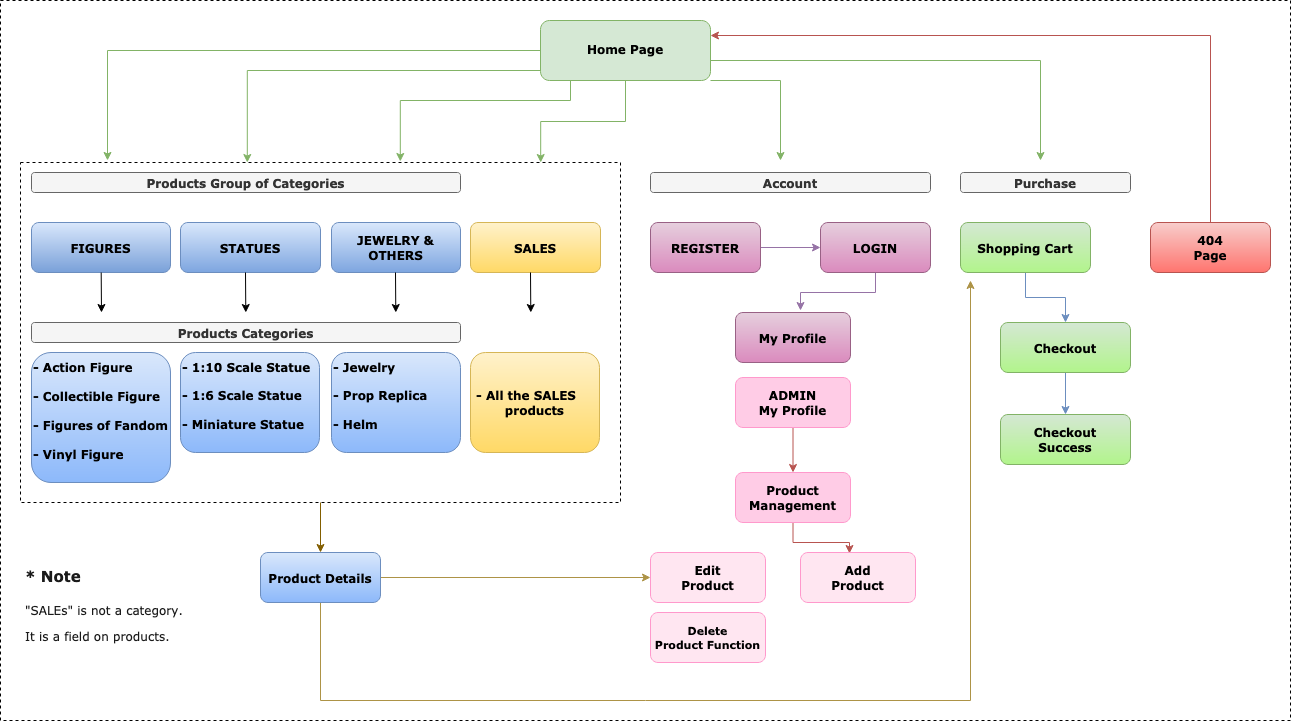
Before: readme/ux/front-end-chart.png, a diagram exported from draw.io (Mathias-SantAnna/lotr-collectibles). Source tidied: cells renumbered, new cells last; positions are measured from the earlier drawing's top-left corner, leaving out a move shared by most shapes.
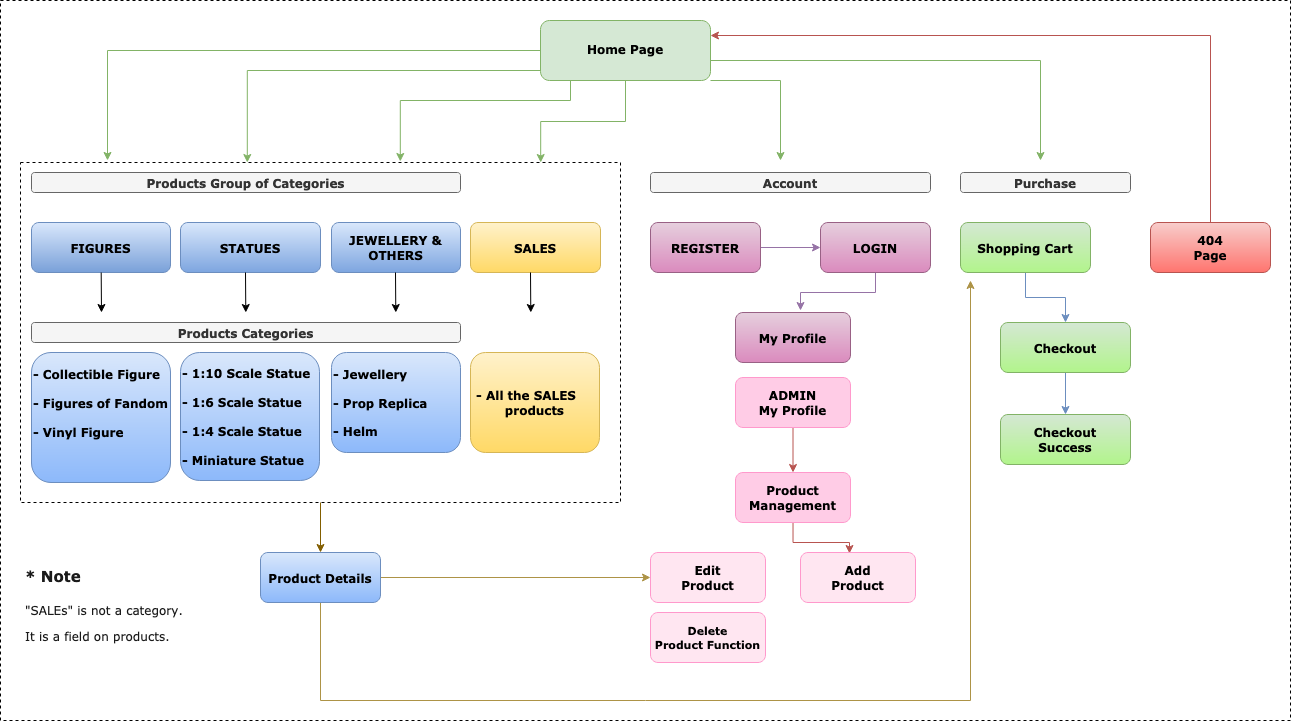
The same diagram one commit later.

The edit, as a diff of the source:
```diff
@@ -67,19 +67,19 @@
     <mxCell id="15" value="STATUES" style="rounded=1;whiteSpace=wrap;html=1;glass=0;fontFamily=Verdana;fontSize=12;fillColor=#dae8fc;align=center;verticalAlign=middle;strokeColor=#6c8ebf;fontStyle=1;gradientColor=#7ea6e0;" parent="1" vertex="1">
       <mxGeometry x="180" y="222" width="140" height="50" as="geometry" />
     </mxCell>
-    <mxCell id="16" value="JEWELRY &amp;amp; OTHERS" style="rounded=1;whiteSpace=wrap;html=1;glass=0;fontFamily=Verdana;fontSize=12;fillColor=#dae8fc;align=center;verticalAlign=middle;strokeColor=#6c8ebf;fontStyle=1;gradientColor=#7ea6e0;" parent="1" vertex="1">
+    <mxCell id="16" value="&lt;span class=&quot;module__title__link&quot;&gt;JEWELLERY&lt;/span&gt; &amp;amp; OTHERS" style="rounded=1;whiteSpace=wrap;html=1;glass=0;fontFamily=Verdana;fontSize=12;fillColor=#dae8fc;align=center;verticalAlign=middle;strokeColor=#6c8ebf;fontStyle=1;gradientColor=#7ea6e0;" parent="1" vertex="1">
       <mxGeometry x="331" y="222" width="129" height="50" as="geometry" />
     </mxCell>
     <mxCell id="17" value="SALES" style="rounded=1;whiteSpace=wrap;html=1;glass=0;fontFamily=Verdana;fontSize=12;fillColor=#fff2cc;align=center;verticalAlign=middle;strokeColor=#d6b656;fontStyle=1;gradientColor=#ffd966;" parent="1" vertex="1">
       <mxGeometry x="470" y="222" width="130" height="50" as="geometry" />
     </mxCell>
-    <mxCell id="18" value="&lt;div&gt;&lt;br&gt;&lt;/div&gt;&lt;div&gt;- Action Figure&lt;/div&gt;&lt;div&gt;&lt;br&gt;&lt;/div&gt;&lt;div&gt;- Collectible Figure&lt;/div&gt;&lt;div&gt;&lt;br&gt;&lt;/div&gt;&lt;div&gt;- Figures of Fandom&lt;br&gt;&lt;/div&gt;&lt;div&gt;&lt;br&gt;&lt;/div&gt;&lt;div&gt;- Vinyl Figure&lt;/div&gt;&lt;br&gt;&lt;div&gt;&lt;br&gt;&lt;/div&gt;" style="rounded=1;whiteSpace=wrap;html=1;glass=0;fontFamily=Verdana;fontSize=12;fillColor=#dae8fc;align=left;verticalAlign=middle;strokeColor=#6c8ebf;fontStyle=1;gradientColor=#8DB9FA;" parent="1" vertex="1">
+    <mxCell id="18" value="&lt;div&gt;- Collectible Figure&lt;/div&gt;&lt;div&gt;&lt;br&gt;&lt;/div&gt;&lt;div&gt;- Figures of Fandom&lt;br&gt;&lt;/div&gt;&lt;div&gt;&lt;br&gt;&lt;/div&gt;&lt;div&gt;- Vinyl Figure&lt;/div&gt;&lt;br&gt;&lt;div&gt;&lt;br&gt;&lt;/div&gt;" style="rounded=1;whiteSpace=wrap;html=1;glass=0;fontFamily=Verdana;fontSize=12;fillColor=#dae8fc;align=left;verticalAlign=middle;strokeColor=#6c8ebf;fontStyle=1;gradientColor=#8DB9FA;" parent="1" vertex="1">
       <mxGeometry x="31" y="352" width="139" height="130" as="geometry" />
     </mxCell>
-    <mxCell id="19" value="&lt;div&gt;- 1:10 Scale Statue&lt;br&gt;&lt;/div&gt;&lt;div&gt;&lt;br&gt;&lt;/div&gt;&lt;div&gt;- 1:6 Scale Statue&lt;/div&gt;&lt;div&gt;&lt;br&gt;&lt;/div&gt;&lt;div&gt;- Miniature Statue&lt;br&gt;&lt;/div&gt;&lt;div&gt;&lt;br&gt;&lt;/div&gt;" style="rounded=1;whiteSpace=wrap;html=1;glass=0;fontFamily=Verdana;fontSize=12;fillColor=#dae8fc;align=left;verticalAlign=middle;strokeColor=#6c8ebf;fontStyle=1;gradientColor=#8DB9FA;" parent="1" vertex="1">
-      <mxGeometry x="180" y="352" width="139" height="100" as="geometry" />
+    <mxCell id="19" value="&lt;div&gt;- 1:10 Scale Statue&lt;br&gt;&lt;/div&gt;&lt;div&gt;&lt;br&gt;&lt;/div&gt;&lt;div&gt;- 1:6 Scale Statue&lt;/div&gt;&lt;div&gt;&lt;br&gt;&lt;/div&gt;&lt;div&gt;- 1:4 Scale Statue&lt;br&gt;&lt;/div&gt;&lt;div&gt;&lt;br&gt;&lt;/div&gt;&lt;div&gt;- Miniature Statue&lt;br&gt;&lt;/div&gt;" style="rounded=1;whiteSpace=wrap;html=1;glass=0;fontFamily=Verdana;fontSize=12;fillColor=#dae8fc;align=left;verticalAlign=middle;strokeColor=#6c8ebf;fontStyle=1;gradientColor=#8DB9FA;" parent="1" vertex="1">
+      <mxGeometry x="180" y="352" width="139" height="128" as="geometry" />
     </mxCell>
-    <mxCell id="20" value="&lt;div&gt;- Jewelry&lt;br&gt;&lt;/div&gt;&lt;div&gt;&lt;br&gt;&lt;/div&gt;&lt;div&gt;- Prop Replica&lt;br&gt;&lt;/div&gt;&lt;div&gt;&lt;br&gt;&lt;/div&gt;&lt;div&gt;- Helm&lt;br&gt;&lt;/div&gt;&lt;div&gt;&lt;br&gt;&lt;/div&gt;" style="rounded=1;whiteSpace=wrap;html=1;glass=0;fontFamily=Verdana;fontSize=12;fillColor=#dae8fc;align=left;verticalAlign=middle;strokeColor=#6c8ebf;fontStyle=1;gradientColor=#8DB9FA;" parent="1" vertex="1">
+    <mxCell id="20" value="&lt;div&gt;- &lt;span class=&quot;module__title__link&quot;&gt;Jewellery&lt;/span&gt;&lt;/div&gt;&lt;div&gt;&lt;br&gt;&lt;/div&gt;&lt;div&gt;- Prop Replica&lt;br&gt;&lt;/div&gt;&lt;div&gt;&lt;br&gt;&lt;/div&gt;&lt;div&gt;- Helm&lt;br&gt;&lt;/div&gt;" style="rounded=1;whiteSpace=wrap;html=1;glass=0;fontFamily=Verdana;fontSize=12;fillColor=#dae8fc;align=left;verticalAlign=middle;strokeColor=#6c8ebf;fontStyle=1;gradientColor=#8DB9FA;" parent="1" vertex="1">
       <mxGeometry x="331" y="352" width="129" height="100" as="geometry" />
     </mxCell>
     <mxCell id="21" value="&amp;nbsp;- All the SALES&amp;nbsp;&amp;nbsp; &lt;span style=&quot;white-space: pre&quot;&gt;&#9;&lt;/span&gt;products" style="rounded=1;whiteSpace=wrap;html=1;glass=0;fontFamily=Verdana;fontSize=12;fillColor=#fff2cc;align=left;verticalAlign=middle;strokeColor=#d6b656;fontStyle=1;gradientColor=#ffd966;" parent="1" vertex="1">
```
